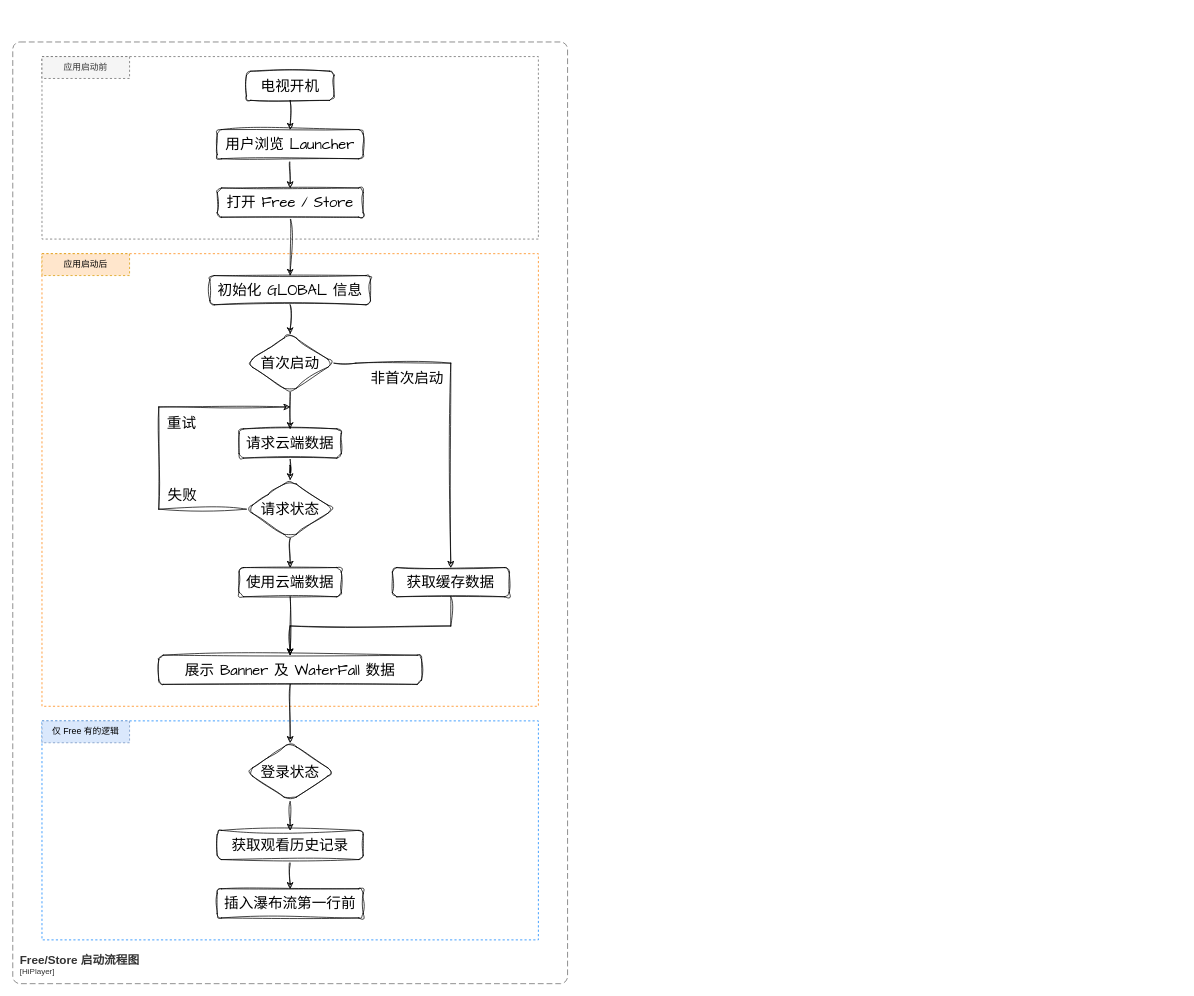
The draw.io diagram page "启动流程图" (1 of 5) of VIDAA Free & VIDAA Store.drawio in LeeDebug/drawio, before the edit. Source tidied: cells renumbered, new cells numbered last; positions are measured from the earlier drawing's top-left corner, leaving out a move shared by most shapes. Both pictures are drawn from the tidied source at 73%, with x=0, y=0 at pixel (12, 42).
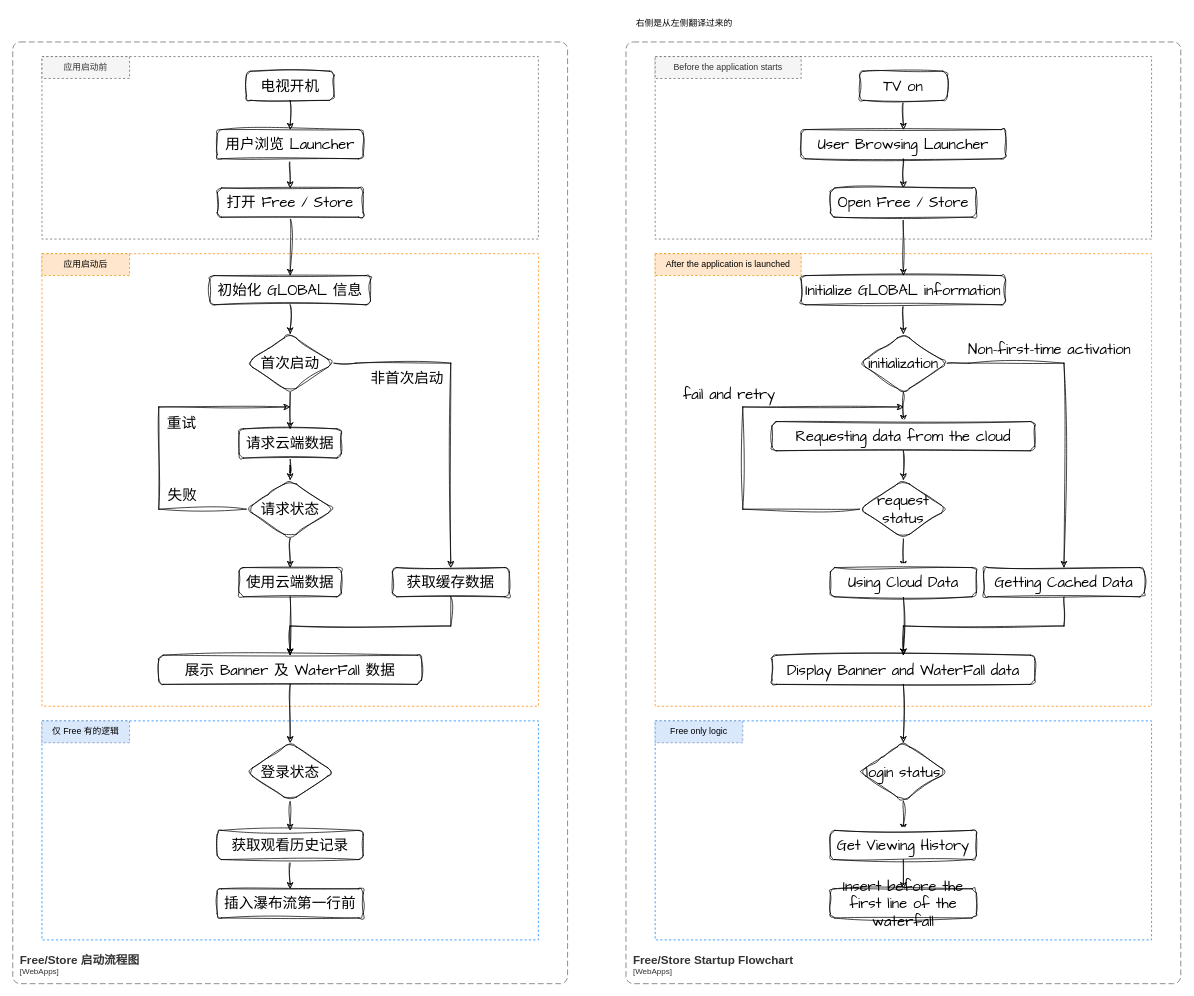
The same diagram, later.

Change to the diagram source:
```diff
@@
-    <object id="5" label="&lt;font style=&quot;font-size: 16px&quot;&gt;&lt;b&gt;&lt;div style=&quot;text-align: left&quot;&gt;%c4Name%&lt;/div&gt;&lt;/b&gt;&lt;/font&gt;&lt;div style=&quot;text-align: left&quot;&gt;[%c4Application%]&lt;/div&gt;" c4Application="HiPlayer" c4Name="Free/Store 启动流程图" placeholders="1">
+    <object id="5" label="&lt;font style=&quot;font-size: 16px&quot;&gt;&lt;b&gt;&lt;div style=&quot;text-align: left&quot;&gt;%c4Name%&lt;/div&gt;&lt;/b&gt;&lt;/font&gt;&lt;div style=&quot;text-align: left&quot;&gt;[%c4Application%]&lt;/div&gt;" c4Application="WebApps" c4Name="Free/Store 启动流程图" placeholders="1">
       <mxCell style="rounded=1;fontSize=11;whiteSpace=wrap;html=1;dashed=1;arcSize=20;fillColor=none;strokeColor=#666666;fontColor=#333333;labelBackgroundColor=none;align=left;verticalAlign=bottom;labelBorderColor=none;spacingTop=0;spacing=10;dashPattern=8 4;perimeter=rectanglePerimeter;noLabel=0;labelPadding=0;absoluteArcSize=1;" parent="1" vertex="1">
         <mxGeometry width="760" height="1290" as="geometry" />
       </mxCell>
     </object>
@@
+    <mxCell id="39" style="rounded=0;whiteSpace=wrap;html=1;fillColor=none;dashed=1;strokeColor=#007FFF;" parent="1" vertex="1">
+      <mxGeometry x="880" y="930" width="680" height="300" as="geometry" />
+    </mxCell>
+    <mxCell id="40" style="rounded=0;whiteSpace=wrap;html=1;fillColor=none;dashed=1;strokeColor=#666666;" parent="1" vertex="1">
+      <mxGeometry x="880" y="20" width="680" height="250" as="geometry" />
+    </mxCell>
+    <mxCell id="41" style="rounded=0;whiteSpace=wrap;html=1;fillColor=none;dashed=1;strokeColor=#FF8000;" parent="1" vertex="1">
+      <mxGeometry x="880" y="290" width="680" height="620" as="geometry" />
+    </mxCell>
+    <object id="42" label="&lt;font style=&quot;font-size: 16px&quot;&gt;&lt;b&gt;&lt;div style=&quot;text-align: left&quot;&gt;%c4Name%&lt;/div&gt;&lt;/b&gt;&lt;/font&gt;&lt;div style=&quot;text-align: left&quot;&gt;[%c4Application%]&lt;/div&gt;" c4Application="WebApps" c4Name="Free/Store Startup Flowchart" placeholders="1">
+      <mxCell style="rounded=1;fontSize=11;whiteSpace=wrap;html=1;dashed=1;arcSize=20;fillColor=none;strokeColor=#666666;fontColor=#333333;labelBackgroundColor=none;align=left;verticalAlign=bottom;labelBorderColor=none;spacingTop=0;spacing=10;dashPattern=8 4;perimeter=rectanglePerimeter;noLabel=0;labelPadding=0;absoluteArcSize=1;" parent="1" vertex="1">
+        <mxGeometry x="840" width="760" height="1290" as="geometry" />
+      </mxCell>
+    </object>
+    <mxCell id="43" style="edgeStyle=orthogonalEdgeStyle;rounded=0;sketch=1;hachureGap=4;jiggle=2;curveFitting=1;jettySize=auto;html=1;fontFamily=Architects Daughter;fontSize=16;" parent="1" edge="1" source="44" target="46">
+      <mxGeometry relative="1" as="geometry" />
+    </mxCell>
+    <mxCell id="44" value="TV on" style="rounded=1;whiteSpace=wrap;html=1;sketch=1;hachureGap=4;jiggle=2;curveFitting=1;fontFamily=Architects Daughter;fontSize=20;" parent="1" vertex="1">
+      <mxGeometry x="1160" y="40" width="120" height="40" as="geometry" />
+    </mxCell>
+    <mxCell id="45" style="edgeStyle=orthogonalEdgeStyle;rounded=0;sketch=1;hachureGap=4;jiggle=2;curveFitting=1;jettySize=auto;html=1;fontFamily=Architects Daughter;fontSize=16;" parent="1" edge="1" source="46" target="48">
+      <mxGeometry relative="1" as="geometry" />
+    </mxCell>
+    <mxCell id="46" value="User Browsing Launcher" style="rounded=1;whiteSpace=wrap;html=1;sketch=1;hachureGap=4;jiggle=2;curveFitting=1;fontFamily=Architects Daughter;fontSize=20;" parent="1" vertex="1">
+      <mxGeometry x="1080" y="120" width="280" height="40" as="geometry" />
+    </mxCell>
+    <mxCell id="47" style="edgeStyle=orthogonalEdgeStyle;rounded=0;sketch=1;hachureGap=4;jiggle=2;curveFitting=1;jettySize=auto;html=1;exitX=0.5;exitY=1;exitDx=0;exitDy=0;entryX=0.5;entryY=0;entryDx=0;entryDy=0;fontFamily=Architects Daughter;fontSize=16;" parent="1" edge="1" source="48" target="62">
+      <mxGeometry relative="1" as="geometry" />
+    </mxCell>
+    <mxCell id="48" value="Open Free / Store" style="rounded=1;whiteSpace=wrap;html=1;sketch=1;hachureGap=4;jiggle=2;curveFitting=1;fontFamily=Architects Daughter;fontSize=20;" parent="1" vertex="1">
+      <mxGeometry x="1120" y="200" width="200" height="40" as="geometry" />
+    </mxCell>
+    <mxCell id="49" style="edgeStyle=orthogonalEdgeStyle;rounded=0;sketch=1;hachureGap=4;jiggle=2;curveFitting=1;jettySize=auto;html=1;fontFamily=Architects Daughter;fontSize=16;" parent="1" edge="1" source="50" target="70">
+      <mxGeometry relative="1" as="geometry" />
+    </mxCell>
+    <mxCell id="50" value="Display Banner and WaterFall data" style="rounded=1;whiteSpace=wrap;html=1;sketch=1;hachureGap=4;jiggle=2;curveFitting=1;fontFamily=Architects Daughter;fontSize=20;" parent="1" vertex="1">
+      <mxGeometry x="1040" y="840" width="360" height="40" as="geometry" />
+    </mxCell>
+    <mxCell id="51" value="Before the application starts" style="text;html=1;strokeColor=#666666;fillColor=#f5f5f5;align=center;verticalAlign=middle;whiteSpace=wrap;rounded=0;dashed=1;fontColor=#333333;" parent="1" vertex="1">
+      <mxGeometry x="880" y="20" width="200" height="30" as="geometry" />
+    </mxCell>
+    <mxCell id="52" value="After the application is launched" style="text;html=1;strokeColor=#d79b00;fillColor=#ffe6cc;align=center;verticalAlign=middle;whiteSpace=wrap;rounded=0;dashed=1;" parent="1" vertex="1">
+      <mxGeometry x="880" y="290" width="200" height="30" as="geometry" />
+    </mxCell>
+    <mxCell id="53" style="edgeStyle=orthogonalEdgeStyle;rounded=0;sketch=1;hachureGap=4;jiggle=2;curveFitting=1;jettySize=auto;html=1;fontFamily=Architects Daughter;fontSize=16;" parent="1" edge="1" source="56" target="58">
+      <mxGeometry relative="1" as="geometry">
+        <Array as="points">
+          <mxPoint x="1310" y="440" />
+          <mxPoint x="1310" y="440" />
+        </Array>
+      </mxGeometry>
+    </mxCell>
+    <mxCell id="54" value="Non-first-time activation" style="edgeLabel;html=1;align=center;verticalAlign=middle;fontSize=20;fontFamily=Architects Daughter;" parent="53" vertex="1">
+      <mxGeometry x="-0.3" y="3" relative="1" as="geometry">
+        <mxPoint x="-15" y="-17" as="offset" />
+      </mxGeometry>
+    </mxCell>
+    <mxCell id="55" style="edgeStyle=orthogonalEdgeStyle;rounded=0;sketch=1;hachureGap=4;jiggle=2;curveFitting=1;jettySize=auto;html=1;fontFamily=Architects Daughter;fontSize=16;" parent="1" edge="1" source="56" target="60">
+      <mxGeometry relative="1" as="geometry" />
+    </mxCell>
+    <mxCell id="56" value="initialization" style="rhombus;whiteSpace=wrap;html=1;fontSize=20;fontFamily=Architects Daughter;rounded=1;sketch=1;hachureGap=4;jiggle=2;curveFitting=1;" parent="1" vertex="1">
+      <mxGeometry x="1160" y="400" width="120" height="80" as="geometry" />
+    </mxCell>
+    <mxCell id="57" style="edgeStyle=orthogonalEdgeStyle;rounded=0;sketch=1;hachureGap=4;jiggle=2;curveFitting=1;jettySize=auto;html=1;exitX=0.5;exitY=1;exitDx=0;exitDy=0;entryX=0.5;entryY=0;entryDx=0;entryDy=0;fontFamily=Architects Daughter;fontSize=16;" parent="1" edge="1" source="58" target="50">
+      <mxGeometry relative="1" as="geometry" />
+    </mxCell>
+    <mxCell id="58" value="Getting Cached Data" style="whiteSpace=wrap;html=1;fontSize=20;fontFamily=Architects Daughter;rounded=1;sketch=1;hachureGap=4;jiggle=2;curveFitting=1;" parent="1" vertex="1">
+      <mxGeometry x="1330" y="720" width="220" height="40" as="geometry" />
+    </mxCell>
+    <mxCell id="59" style="edgeStyle=orthogonalEdgeStyle;rounded=0;sketch=1;hachureGap=4;jiggle=2;curveFitting=1;jettySize=auto;html=1;fontFamily=Architects Daughter;fontSize=16;" parent="1" edge="1" source="60" target="66">
+      <mxGeometry relative="1" as="geometry" />
+    </mxCell>
+    <mxCell id="60" value="Requesting data from the cloud" style="whiteSpace=wrap;html=1;fontSize=20;fontFamily=Architects Daughter;rounded=1;sketch=1;hachureGap=4;jiggle=2;curveFitting=1;" parent="1" vertex="1">
+      <mxGeometry x="1040" y="520" width="360" height="40" as="geometry" />
+    </mxCell>
+    <mxCell id="61" style="edgeStyle=orthogonalEdgeStyle;rounded=0;sketch=1;hachureGap=4;jiggle=2;curveFitting=1;jettySize=auto;html=1;exitX=0.5;exitY=1;exitDx=0;exitDy=0;entryX=0.5;entryY=0;entryDx=0;entryDy=0;fontFamily=Architects Daughter;fontSize=16;" parent="1" edge="1" source="62" target="56">
+      <mxGeometry relative="1" as="geometry" />
+    </mxCell>
+    <mxCell id="62" value="Initialize GLOBAL information" style="rounded=1;whiteSpace=wrap;html=1;sketch=1;hachureGap=4;jiggle=2;curveFitting=1;fontFamily=Architects Daughter;fontSize=20;" parent="1" vertex="1">
+      <mxGeometry x="1080" y="320" width="280" height="40" as="geometry" />
+    </mxCell>
+    <mxCell id="63" style="edgeStyle=orthogonalEdgeStyle;rounded=0;sketch=1;hachureGap=4;jiggle=2;curveFitting=1;jettySize=auto;html=1;fontFamily=Architects Daughter;fontSize=16;" parent="1" edge="1" source="66" target="68">
+      <mxGeometry relative="1" as="geometry" />
+    </mxCell>
+    <mxCell id="64" style="edgeStyle=orthogonalEdgeStyle;rounded=0;sketch=1;hachureGap=4;jiggle=2;curveFitting=1;jettySize=auto;html=1;exitX=0;exitY=0.5;exitDx=0;exitDy=0;fontFamily=Architects Daughter;fontSize=16;" parent="1" edge="1" source="66">
+      <mxGeometry relative="1" as="geometry">
+        <mxPoint x="1220" y="500" as="targetPoint" />
+        <Array as="points">
+          <mxPoint x="1000" y="640" />
+          <mxPoint x="1000" y="500" />
+        </Array>
+      </mxGeometry>
+    </mxCell>
+    <mxCell id="65" value="fail and retry" style="edgeLabel;html=1;align=center;verticalAlign=middle;fontSize=20;fontFamily=Architects Daughter;" parent="64" vertex="1">
+      <mxGeometry x="-0.01" y="3" relative="1" as="geometry">
+        <mxPoint x="-17" y="-61" as="offset" />
+      </mxGeometry>
+    </mxCell>
+    <mxCell id="66" value="request status" style="rhombus;whiteSpace=wrap;html=1;fontSize=20;fontFamily=Architects Daughter;rounded=1;sketch=1;hachureGap=4;jiggle=2;curveFitting=1;" parent="1" vertex="1">
+      <mxGeometry x="1160" y="600" width="120" height="80" as="geometry" />
+    </mxCell>
+    <mxCell id="67" style="edgeStyle=orthogonalEdgeStyle;rounded=0;sketch=1;hachureGap=4;jiggle=2;curveFitting=1;jettySize=auto;html=1;exitX=0.5;exitY=1;exitDx=0;exitDy=0;entryX=0.5;entryY=0;entryDx=0;entryDy=0;fontFamily=Architects Daughter;fontSize=16;" parent="1" edge="1" source="68" target="50">
+      <mxGeometry relative="1" as="geometry" />
+    </mxCell>
+    <mxCell id="68" value="Using Cloud Data" style="whiteSpace=wrap;html=1;fontSize=20;fontFamily=Architects Daughter;rounded=1;sketch=1;hachureGap=4;jiggle=2;curveFitting=1;" parent="1" vertex="1">
+      <mxGeometry x="1120" y="720" width="200" height="40" as="geometry" />
+    </mxCell>
+    <mxCell id="69" style="edgeStyle=orthogonalEdgeStyle;rounded=0;sketch=1;hachureGap=4;jiggle=2;curveFitting=1;jettySize=auto;html=1;fontFamily=Architects Daughter;fontSize=16;" parent="1" edge="1" source="70" target="72">
+      <mxGeometry relative="1" as="geometry" />
+    </mxCell>
+    <mxCell id="70" value="login status" style="rhombus;whiteSpace=wrap;html=1;fontSize=20;fontFamily=Architects Daughter;rounded=1;sketch=1;hachureGap=4;jiggle=2;curveFitting=1;" parent="1" vertex="1">
+      <mxGeometry x="1160" y="960" width="120" height="80" as="geometry" />
+    </mxCell>
+    <mxCell id="71" style="edgeStyle=orthogonalEdgeStyle;rounded=0;sketch=1;hachureGap=4;jiggle=2;curveFitting=1;jettySize=auto;html=1;fontFamily=Architects Daughter;fontSize=16;" parent="1" edge="1" source="72" target="73">
+      <mxGeometry relative="1" as="geometry" />
+    </mxCell>
+    <mxCell id="72" value="Get Viewing History" style="whiteSpace=wrap;html=1;fontSize=20;fontFamily=Architects Daughter;rounded=1;sketch=1;hachureGap=4;jiggle=2;curveFitting=1;" parent="1" vertex="1">
+      <mxGeometry x="1120" y="1080" width="200" height="40" as="geometry" />
+    </mxCell>
+    <mxCell id="73" value="Insert before the first line of the waterfall" style="whiteSpace=wrap;html=1;fontSize=20;fontFamily=Architects Daughter;rounded=1;sketch=1;hachureGap=4;jiggle=2;curveFitting=1;" parent="1" vertex="1">
+      <mxGeometry x="1120" y="1160" width="200" height="40" as="geometry" />
+    </mxCell>
+    <mxCell id="74" value="Free only logic" style="text;html=1;strokeColor=#6c8ebf;fillColor=#dae8fc;align=center;verticalAlign=middle;whiteSpace=wrap;rounded=0;dashed=1;" parent="1" vertex="1">
+      <mxGeometry x="880" y="930" width="120" height="30" as="geometry" />
+    </mxCell>
+    <mxCell id="75" value="右侧是从左侧翻译过来的" style="text;html=1;strokeColor=none;fillColor=none;align=center;verticalAlign=middle;whiteSpace=wrap;rounded=0;" parent="1" vertex="1">
+      <mxGeometry x="840" y="-40" width="160" height="30" as="geometry" />
+    </mxCell>
```
